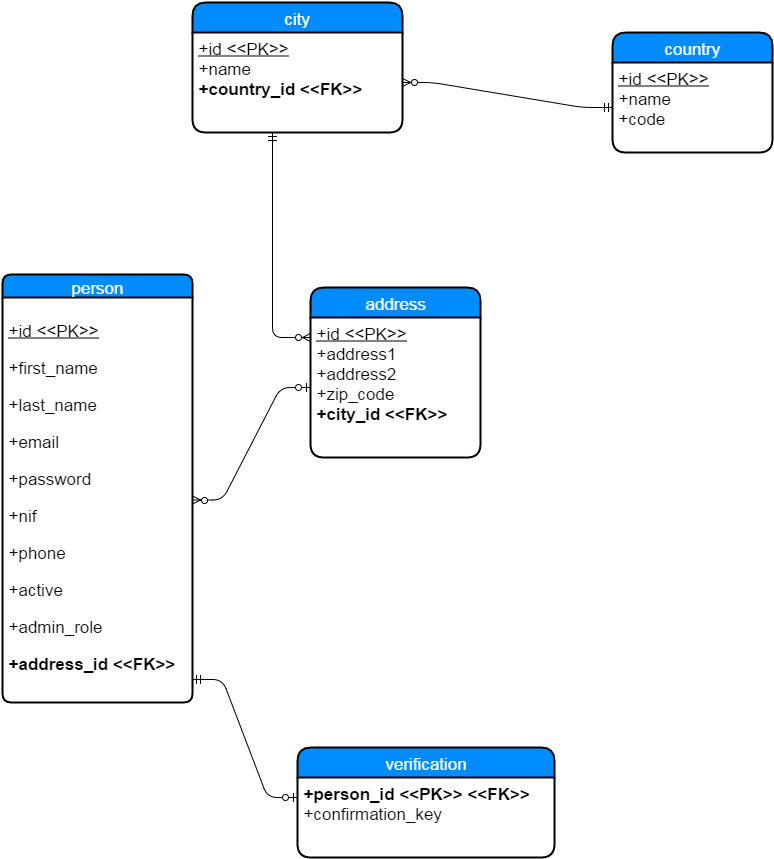
Above: project_documentation/database/Entity-Relation Diagram.png in malkomich/busy (draw.io), before the change. Source tidied: cells renumbered, new cells last; positions are measured from the earlier drawing's top-left corner, leaving out a move shared by most shapes.
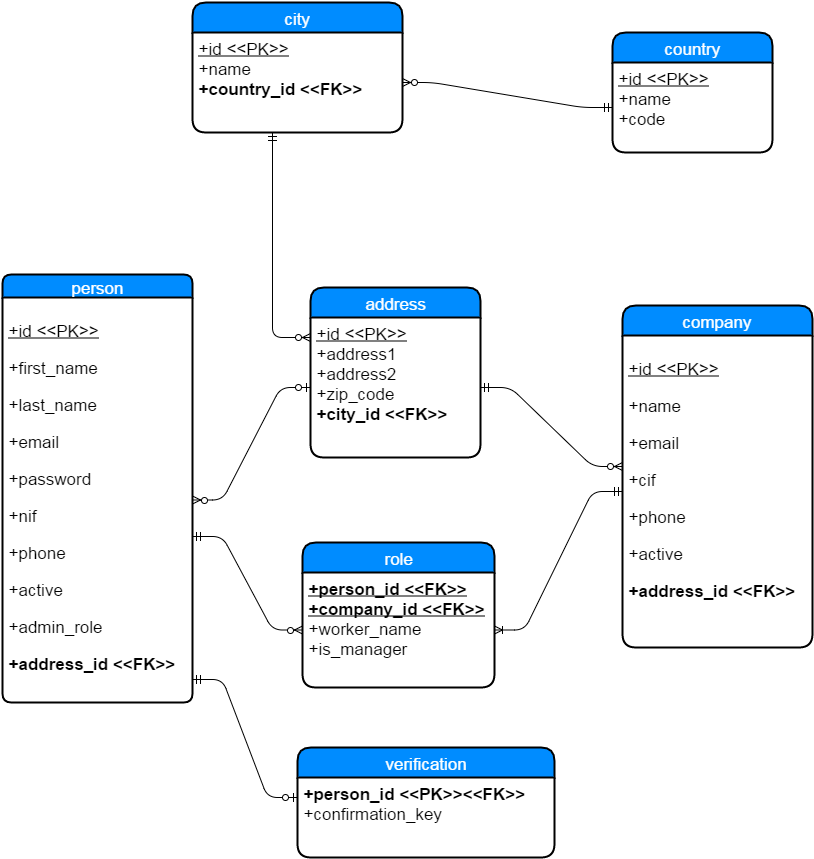
Above is the later version.

Commit message:
Database updated with company and role

What changed in the source:
```diff
@@ -2,6 +2,15 @@
   <root>
     <mxCell id="0" style="html=1;" />
     <mxCell id="1" style="html=1;" parent="0" />
+    <mxCell id="16" value="company" style="swimlane;html=1;horizontal=1;startSize=30;fillColor=#008cff;fontColor=#FFFFFF;rounded=1;fontSize=17;fontStyle=0;strokeWidth=2;shadow=0;dashed=0;align=center;" parent="1" vertex="1">
+      <mxGeometry x="620" y="303" width="190" height="342" as="geometry" />
+    </mxCell>
+    <mxCell id="17" value="&lt;p&gt;&lt;span style=&quot;line-height: 1.2&quot;&gt;&lt;u&gt;+id &amp;lt;&amp;lt;PK&amp;gt;&amp;gt;&lt;/u&gt;&lt;/span&gt;&lt;/p&gt;&lt;p&gt;&lt;span style=&quot;line-height: 1.2&quot;&gt;+name&lt;/span&gt;&lt;br&gt;&lt;/p&gt;&lt;p&gt;&lt;span style=&quot;line-height: 1.2&quot;&gt;+email&lt;/span&gt;&lt;/p&gt;&lt;p&gt;+cif&lt;/p&gt;&lt;p&gt;&lt;span style=&quot;line-height: 1.2&quot;&gt;+phone&lt;/span&gt;&lt;br&gt;&lt;/p&gt;&lt;p&gt;&lt;span style=&quot;line-height: 1.2&quot;&gt;+active&lt;/span&gt;&lt;br&gt;&lt;/p&gt;&lt;p&gt;&lt;b&gt;+address_id &amp;lt;&amp;lt;FK&amp;gt;&amp;gt;&lt;/b&gt;&lt;span&gt;&lt;br&gt;&lt;/span&gt;&lt;/p&gt;" style="whiteSpace=wrap;html=1;align=left;strokeColor=none;fillColor=none;spacingLeft=4;fontSize=17;verticalAlign=top;" parent="16" vertex="1">
+      <mxGeometry y="30" width="190" height="312" as="geometry" />
+    </mxCell>
+    <mxCell id="18" style="edgeStyle=entityRelationEdgeStyle;html=1;endArrow=ERoneToMany;startArrow=ERmandOne;fontColor=#003366;" parent="1" edge="1" source="17" target="21">
+      <mxGeometry relative="1" as="geometry" />
+    </mxCell>
     <mxCell id="2" value="city" style="swimlane;html=1;horizontal=1;startSize=30;fillColor=#008cff;fontColor=#FFFFFF;rounded=1;fontSize=17;fontStyle=0;strokeWidth=2;shadow=0;dashed=0;align=center;" parent="1" vertex="1">
       <mxGeometry x="190" width="210" height="130" as="geometry" />
     </mxCell>
@@ -14,6 +23,9 @@
     <mxCell id="5" value="&lt;p&gt;&lt;span style=&quot;line-height: 1.2&quot;&gt;&lt;u&gt;+id &amp;lt;&amp;lt;PK&amp;gt;&amp;gt;&lt;/u&gt;&lt;/span&gt;&lt;/p&gt;&lt;p&gt;&lt;span style=&quot;line-height: 1.2&quot;&gt;+first_name&lt;/span&gt;&lt;br&gt;&lt;/p&gt;&lt;p&gt;+last_name&lt;/p&gt;&lt;p&gt;+email&lt;/p&gt;&lt;p&gt;+password&lt;/p&gt;&lt;p&gt;+nif&lt;/p&gt;&lt;p&gt;&lt;span style=&quot;line-height: 1.2&quot;&gt;+phone&lt;/span&gt;&lt;br&gt;&lt;/p&gt;&lt;p&gt;&lt;span&gt;+active&lt;/span&gt;&lt;/p&gt;&lt;p&gt;&lt;span style=&quot;line-height: 1.2&quot;&gt;+admin_role&lt;/span&gt;&lt;br&gt;&lt;/p&gt;&lt;p&gt;&lt;span style=&quot;line-height: 1.2&quot;&gt;&lt;b&gt;+address_id &amp;lt;&amp;lt;FK&amp;gt;&amp;gt;&lt;/b&gt;&lt;/span&gt;&lt;/p&gt;" style="whiteSpace=wrap;html=1;align=left;strokeColor=none;fillColor=none;spacingLeft=4;fontSize=17;verticalAlign=top;" parent="4" vertex="1">
       <mxGeometry y="23" width="190" height="405" as="geometry" />
     </mxCell>
+    <mxCell id="19" style="edgeStyle=entityRelationEdgeStyle;html=1;endArrow=ERzeroToMany;startArrow=ERmandOne;fontColor=#003366;exitX=1;exitY=0.589;exitPerimeter=0;" parent="1" edge="1" source="5" target="21">
+      <mxGeometry relative="1" as="geometry" />
+    </mxCell>
     <mxCell id="6" value="country" style="swimlane;html=1;horizontal=1;startSize=30;fillColor=#008cff;fontColor=#FFFFFF;rounded=1;fontSize=17;fontStyle=0;strokeWidth=2;shadow=0;dashed=0;align=center;" parent="1" vertex="1">
       <mxGeometry x="610" y="30" width="160" height="120" as="geometry" />
     </mxCell>
@@ -23,6 +35,15 @@
     <mxCell id="8" style="edgeStyle=entityRelationEdgeStyle;html=1;endArrow=ERzeroToMany;startArrow=ERmandOne;fontSize=17;fontColor=#FFFFFF;" parent="1" edge="1" source="7" target="3">
       <mxGeometry relative="1" as="geometry" />
     </mxCell>
+    <mxCell id="20" value="role" style="swimlane;html=1;horizontal=1;startSize=30;fillColor=#008cff;fontColor=#FFFFFF;rounded=1;fontSize=17;fontStyle=0;strokeWidth=2;shadow=0;dashed=0;align=center;" parent="1" vertex="1">
+      <mxGeometry x="300" y="540" width="192" height="145" as="geometry" />
+    </mxCell>
+    <mxCell id="21" value="&lt;div&gt;&lt;b&gt;&lt;u&gt;+person_id &amp;lt;&amp;lt;FK&amp;gt;&amp;gt;&lt;/u&gt;&lt;/b&gt;&lt;/div&gt;&lt;div&gt;&lt;b&gt;&lt;u&gt;+company_id &amp;lt;&amp;lt;FK&amp;gt;&amp;gt;&lt;/u&gt;&lt;/b&gt;&lt;/div&gt;+worker_name&lt;div&gt;+is_manager&lt;/div&gt;" style="whiteSpace=wrap;html=1;align=left;strokeColor=none;fillColor=none;spacingLeft=4;fontSize=17;verticalAlign=top;" parent="20" vertex="1">
+      <mxGeometry y="30" width="192" height="115" as="geometry" />
+    </mxCell>
+    <mxCell id="22" style="edgeStyle=entityRelationEdgeStyle;html=1;endArrow=ERzeroToMany;startArrow=ERmandOne;fontSize=17;fontColor=#FFFFFF;entryX=0;entryY=0.421;entryPerimeter=0;" parent="1" edge="1" source="10" target="17">
+      <mxGeometry relative="1" as="geometry" />
+    </mxCell>
     <mxCell id="9" value="address" style="swimlane;html=1;horizontal=1;startSize=30;fillColor=#008cff;fontColor=#FFFFFF;rounded=1;fontSize=17;fontStyle=0;strokeWidth=2;shadow=0;dashed=0;align=center;" parent="1" vertex="1">
       <mxGeometry x="308" y="285" width="170" height="170" as="geometry" />
     </mxCell>
@@ -43,7 +64,7 @@
     <mxCell id="13" value="verification" style="swimlane;html=1;horizontal=1;startSize=30;fillColor=#008cff;fontColor=#FFFFFF;rounded=1;fontSize=17;fontStyle=0;strokeWidth=2;shadow=0;dashed=0;align=center;" parent="1" vertex="1">
       <mxGeometry x="295" y="745" width="257" height="110" as="geometry" />
     </mxCell>
-    <mxCell id="14" value="&lt;div&gt;&lt;b&gt;+person_id &amp;lt;&amp;lt;PK&amp;gt;&amp;gt; &amp;lt;&amp;lt;FK&amp;gt;&amp;gt;&lt;/b&gt;&lt;/div&gt;&lt;div&gt;+confirmation_key&lt;/div&gt;" style="whiteSpace=wrap;html=1;align=left;strokeColor=none;fillColor=none;spacingLeft=4;fontSize=17;verticalAlign=top;" parent="13" vertex="1">
+    <mxCell id="14" value="&lt;div&gt;&lt;b&gt;+person_id &amp;lt;&amp;lt;PK&amp;gt;&amp;gt;&amp;lt;&amp;lt;FK&amp;gt;&amp;gt;&lt;/b&gt;&lt;/div&gt;&lt;div&gt;+confirmation_key&lt;/div&gt;" style="whiteSpace=wrap;html=1;align=left;strokeColor=none;fillColor=none;spacingLeft=4;fontSize=17;verticalAlign=top;" parent="13" vertex="1">
       <mxGeometry y="30" width="257" height="80" as="geometry" />
     </mxCell>
     <mxCell id="15" style="edgeStyle=entityRelationEdgeStyle;html=1;endArrow=ERzeroToMany;startArrow=ERzeroToOne;" parent="1" edge="1" source="10" target="5">
```
